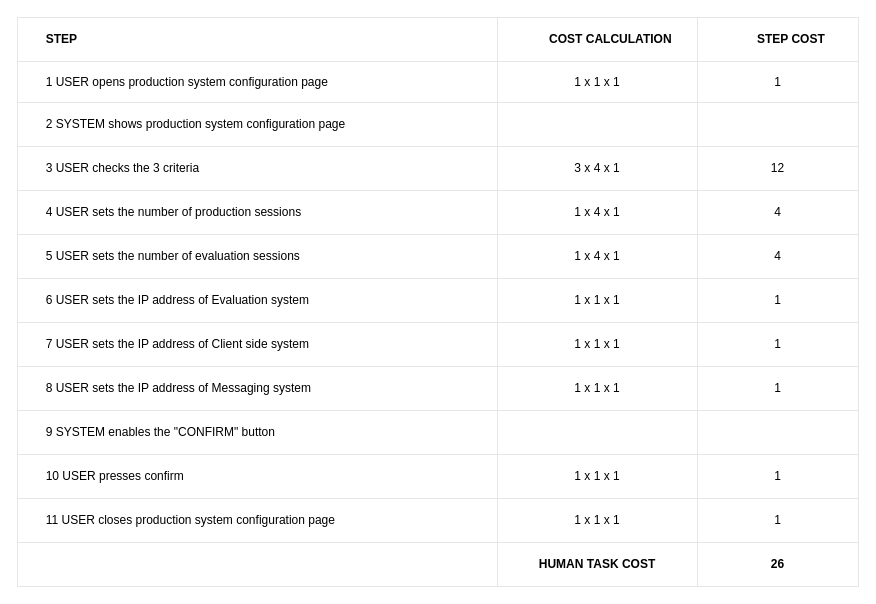
This is configure/production system (JACO)/production_system_table.drawio from BaffoBello14/AutomaticDamagesRecognition, a draw.io file, before an edit. Source tidied: cells renumbered, new cells numbered last; positions are measured from the earlier drawing's top-left corner, leaving out a move shared by most shapes. Both pictures are drawn from the tidied source at 100%, with x=0, y=0 at pixel (17, 17).
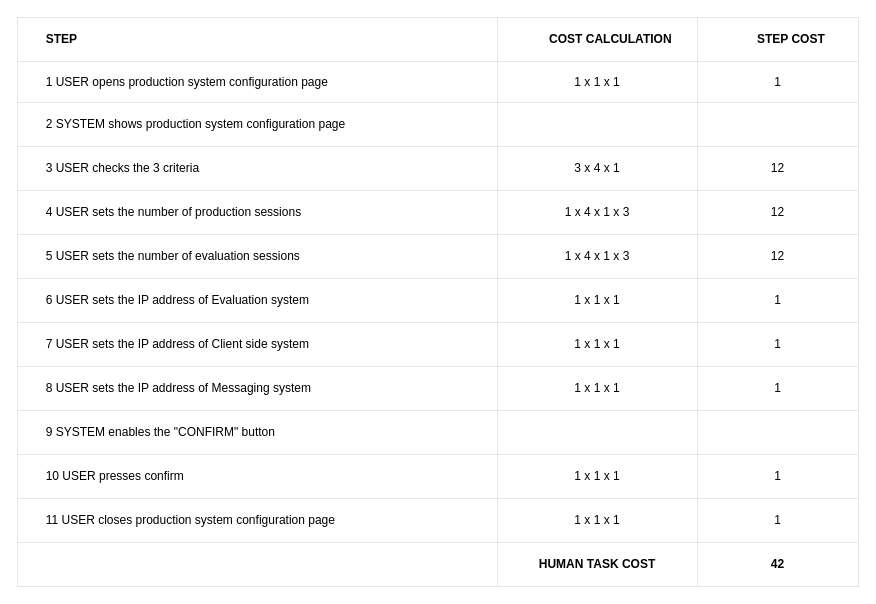
The same diagram, later.

Commit message (it also covers changes not shown here):
Update production system table dimensions

Unchanged cells that the change refers to:
```xml
<mxCell id="19" style="shape=tableRow;horizontal=0;startSize=0;swimlaneHead=0;swimlaneBody=0;top=0;left=0;bottom=0;right=0;fontStyle=0;fillColor=none;strokeColor=inherit;align=center;" parent="2" vertex="1">
  <mxGeometry y="173" width="841" height="44" as="geometry" />
</mxCell>
<mxCell id="23" style="shape=tableRow;horizontal=0;startSize=0;swimlaneHead=0;swimlaneBody=0;top=0;left=0;bottom=0;right=0;fontStyle=0;fillColor=none;strokeColor=inherit;align=center;" parent="2" vertex="1">
  <mxGeometry y="217" width="841" height="44" as="geometry" />
</mxCell>
<mxCell id="51" style="shape=tableRow;horizontal=0;startSize=0;swimlaneHead=0;swimlaneBody=0;top=0;left=0;bottom=0;right=0;fontStyle=0;fillColor=none;strokeColor=inherit;align=center;" parent="2" vertex="1">
  <mxGeometry y="525" width="841" height="44" as="geometry" />
</mxCell>
```

The edit, as a diff of the source:
```diff
@@
-    <mxCell id="21" value="1 x 4 x 1" style="strokeColor=inherit;fillColor=none;align=center;whiteSpace=wrap;html=1;" parent="19" vertex="1">
+    <mxCell id="21" value="1 x 4 x 1 x 3" style="strokeColor=inherit;fillColor=none;align=center;whiteSpace=wrap;html=1;" parent="19" vertex="1">
       <mxGeometry x="480" width="200" height="44" as="geometry" />
     </mxCell>
-    <mxCell id="22" value="4" style="strokeColor=inherit;fillColor=none;align=center;whiteSpace=wrap;html=1;" parent="19" vertex="1">
+    <mxCell id="22" value="12" style="strokeColor=inherit;fillColor=none;align=center;whiteSpace=wrap;html=1;" parent="19" vertex="1">
       <mxGeometry x="680" width="161" height="44" as="geometry" />
     </mxCell>
@@
-    <mxCell id="25" value="1 x 4 x 1" style="strokeColor=inherit;fillColor=default;align=center;whiteSpace=wrap;html=1;" parent="23" vertex="1">
+    <mxCell id="25" value="1 x 4 x 1 x 3" style="strokeColor=inherit;fillColor=default;align=center;whiteSpace=wrap;html=1;" parent="23" vertex="1">
       <mxGeometry x="480" width="200" height="44" as="geometry" />
     </mxCell>
-    <mxCell id="26" value="4" style="strokeColor=inherit;fillColor=none;align=center;whiteSpace=wrap;html=1;" parent="23" vertex="1">
+    <mxCell id="26" value="12" style="strokeColor=inherit;fillColor=none;align=center;whiteSpace=wrap;html=1;" parent="23" vertex="1">
       <mxGeometry x="680" width="161" height="44" as="geometry" />
     </mxCell>
@@
-    <mxCell id="54" value="26" style="strokeColor=inherit;fillColor=none;align=center;whiteSpace=wrap;html=1;fontStyle=1;" parent="51" vertex="1">
+    <mxCell id="54" value="42" style="strokeColor=inherit;fillColor=none;align=center;whiteSpace=wrap;html=1;fontStyle=1;" parent="51" vertex="1">
       <mxGeometry x="680" width="161" height="44" as="geometry" />
     </mxCell>
```
